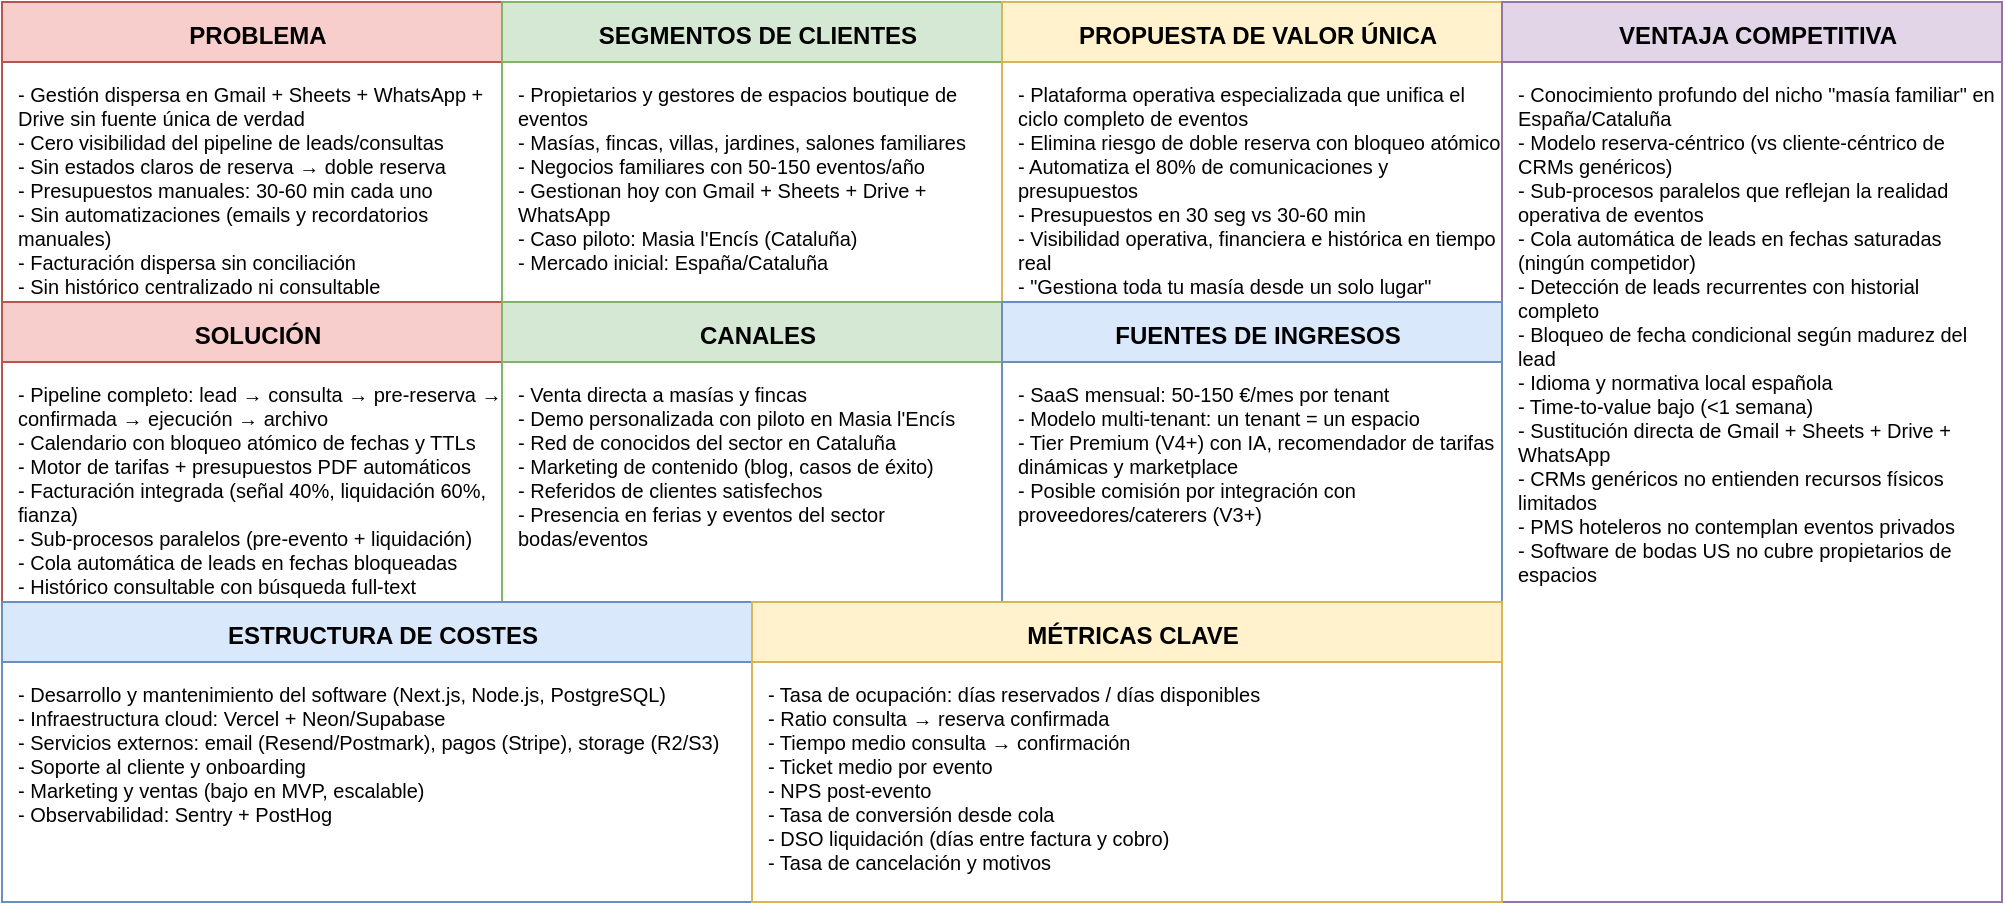
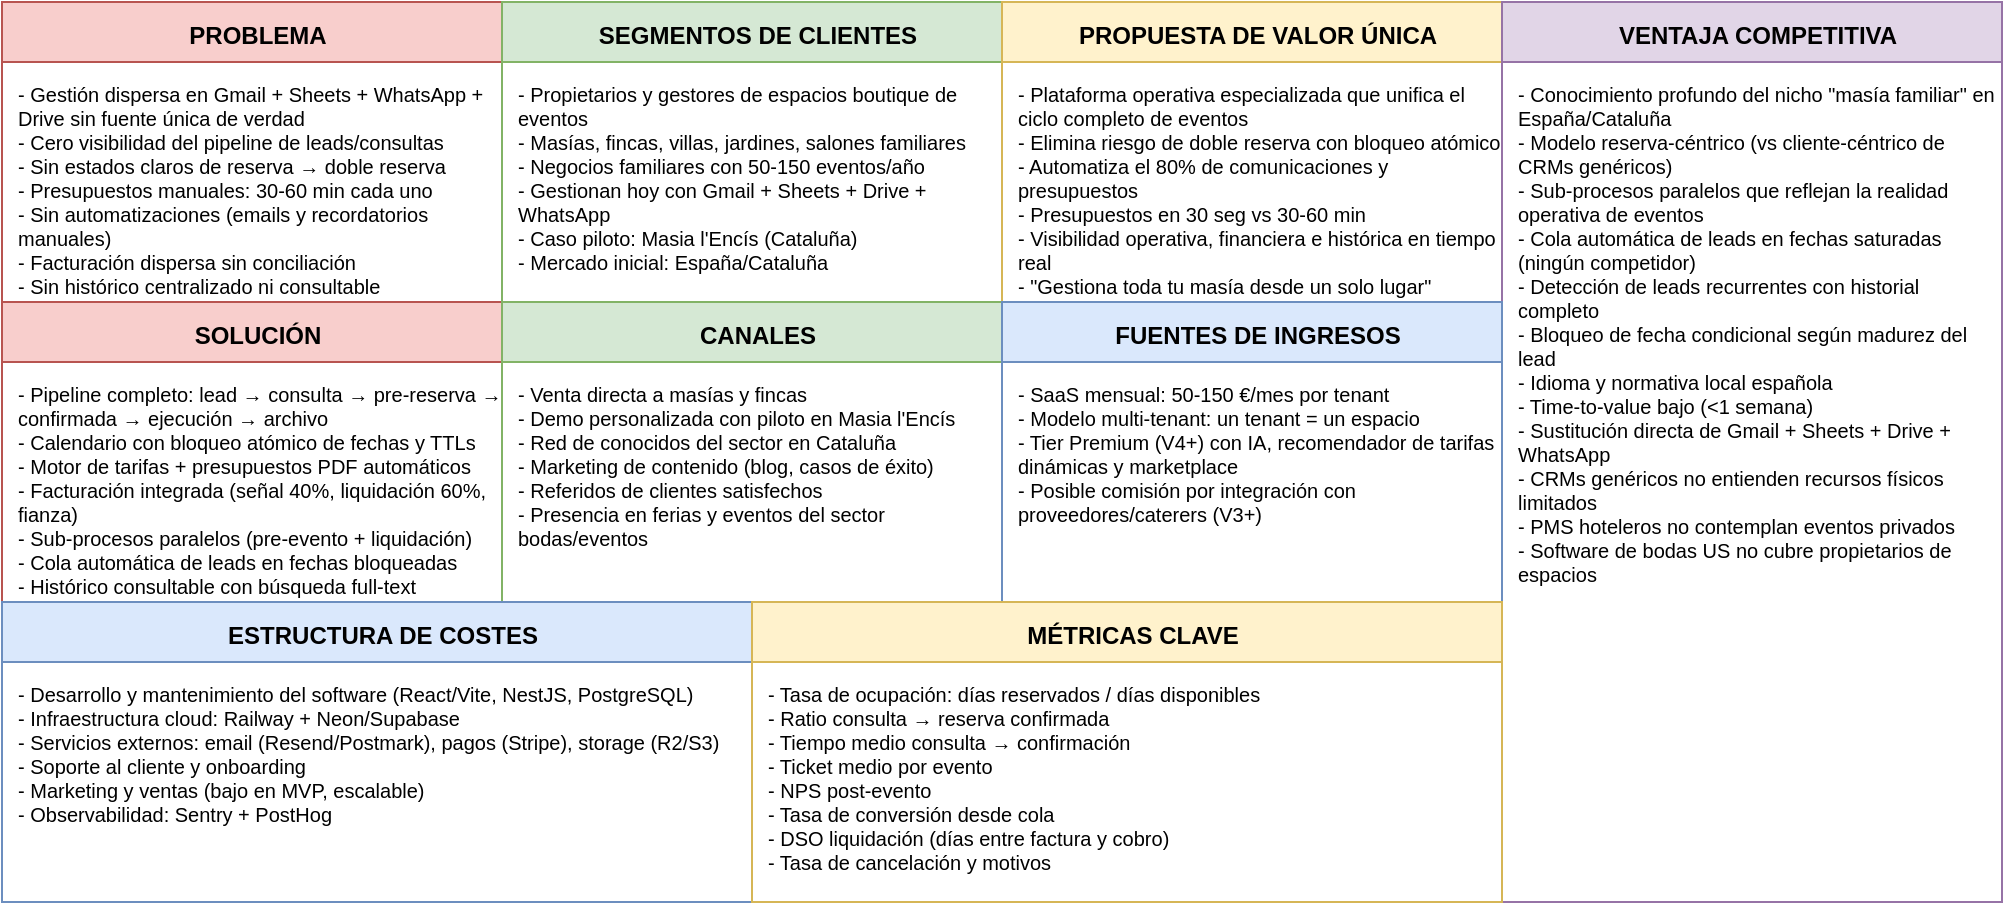
<mxfile host="app.diagrams.net">
  <diagram name="Página-1" id="CBX2byUC_f-yi0BpoW1S">
    <mxGraphModel dx="1414" dy="760" grid="1" gridSize="10" guides="1" tooltips="1" connect="1" arrows="1" fold="1" page="1" pageScale="1" pageWidth="827" pageHeight="1169" math="0" shadow="0">
      <root>
        <mxCell id="0" />
        <mxCell id="1" parent="0" />
        <mxCell id="2" parent="1" style="fillColor=#F8CECC;strokeColor=#B85450;align=center;verticalAlign=middle;fontStyle=1;fontSize=12;whiteSpace=wrap;html=1;spacingTop=4;spacingLeft=6;" value="&lt;b&gt;PROBLEMA&lt;/b&gt;" vertex="1">
          <mxGeometry height="30" width="250" as="geometry" />
        </mxCell>
        <mxCell id="3" parent="1" style="fillColor=#FFFFFF;strokeColor=#B85450;align=left;verticalAlign=top;fontSize=10;whiteSpace=wrap;html=1;spacingTop=4;spacingLeft=6;" value="- Gestión dispersa en Gmail + Sheets + WhatsApp + Drive sin fuente única de verdad&#xa;- Cero visibilidad del pipeline de leads/consultas&#xa;- Sin estados claros de reserva → doble reserva&#xa;- Presupuestos manuales: 30-60 min cada uno&#xa;- Sin automatizaciones (emails y recordatorios manuales)&#xa;- Facturación dispersa sin conciliación&#xa;- Sin histórico centralizado ni consultable&#xa;- Decisiones por intuición, no por datos" vertex="1">
          <mxGeometry height="120" width="250" y="30" as="geometry" />
        </mxCell>
        <mxCell id="4" parent="1" style="fillColor=#D5E8D4;strokeColor=#82B366;align=center;verticalAlign=middle;fontStyle=1;fontSize=12;whiteSpace=wrap;html=1;spacingTop=4;spacingLeft=6;" value="&lt;b&gt;SEGMENTOS DE CLIENTES&lt;/b&gt;" vertex="1">
          <mxGeometry height="30" width="250" x="250" as="geometry" />
        </mxCell>
        <mxCell id="5" parent="1" style="fillColor=#FFFFFF;strokeColor=#82B366;align=left;verticalAlign=top;fontSize=10;whiteSpace=wrap;html=1;spacingTop=4;spacingLeft=6;" value="- Propietarios y gestores de espacios boutique de eventos&#xa;- Masías, fincas, villas, jardines, salones familiares&#xa;- Negocios familiares con 50-150 eventos/año&#xa;- Gestionan hoy con Gmail + Sheets + Drive + WhatsApp&#xa;- Caso piloto: Masia l&#39;Encís (Cataluña)&#xa;- Mercado inicial: España/Cataluña" vertex="1">
          <mxGeometry height="120" width="250" x="250" y="30" as="geometry" />
        </mxCell>
        <mxCell id="6" parent="1" style="fillColor=#FFF2CC;strokeColor=#D6B656;align=center;verticalAlign=middle;fontStyle=1;fontSize=12;whiteSpace=wrap;html=1;spacingTop=4;spacingLeft=6;" value="&lt;b&gt;PROPUESTA DE VALOR ÚNICA&lt;/b&gt;" vertex="1">
          <mxGeometry height="30" width="250" x="500" as="geometry" />
        </mxCell>
        <mxCell id="7" parent="1" style="fillColor=#FFFFFF;strokeColor=#D6B656;align=left;verticalAlign=top;fontSize=10;whiteSpace=wrap;html=1;spacingTop=4;spacingLeft=6;" value="- Plataforma operativa especializada que unifica el ciclo completo de eventos&#xa;- Elimina riesgo de doble reserva con bloqueo atómico&#xa;- Automatiza el 80% de comunicaciones y presupuestos&#xa;- Presupuestos en 30 seg vs 30-60 min&#xa;- Visibilidad operativa, financiera e histórica en tiempo real&#xa;- &quot;Gestiona toda tu masía desde un solo lugar&quot;" vertex="1">
          <mxGeometry height="120" width="250" x="500" y="30" as="geometry" />
        </mxCell>
        <mxCell id="8" parent="1" style="fillColor=#E1D5E7;strokeColor=#9673A6;align=center;verticalAlign=middle;fontStyle=1;fontSize=12;whiteSpace=wrap;html=1;spacingTop=4;spacingLeft=6;" value="&lt;b&gt;VENTAJA COMPETITIVA&lt;/b&gt;" vertex="1">
          <mxGeometry height="30" width="250" x="750" as="geometry" />
        </mxCell>
        <mxCell id="9" parent="1" style="fillColor=#FFFFFF;strokeColor=#9673A6;align=left;verticalAlign=top;fontSize=10;whiteSpace=wrap;html=1;spacingTop=4;spacingLeft=6;" value="- Conocimiento profundo del nicho &quot;masía familiar&quot; en España/Cataluña&#xa;- Modelo reserva-céntrico (vs cliente-céntrico de CRMs genéricos)&#xa;- Sub-procesos paralelos que reflejan la realidad operativa de eventos&#xa;- Cola automática de leads en fechas saturadas (ningún competidor)&#xa;- Detección de leads recurrentes con historial completo&#xa;- Bloqueo de fecha condicional según madurez del lead&#xa;- Idioma y normativa local española&#xa;- Time-to-value bajo (&lt;1 semana)&#xa;- Sustitución directa de Gmail + Sheets + Drive + WhatsApp&#xa;- CRMs genéricos no entienden recursos físicos limitados&#xa;- PMS hoteleros no contemplan eventos privados&#xa;- Software de bodas US no cubre propietarios de espacios" vertex="1">
          <mxGeometry height="420" width="250" x="750" y="30" as="geometry" />
        </mxCell>
        <mxCell id="10" parent="1" style="fillColor=#F8CECC;strokeColor=#B85450;align=center;verticalAlign=middle;fontStyle=1;fontSize=12;whiteSpace=wrap;html=1;spacingTop=4;spacingLeft=6;" value="&lt;b&gt;SOLUCIÓN&lt;/b&gt;" vertex="1">
          <mxGeometry height="30" width="250" y="150" as="geometry" />
        </mxCell>
        <mxCell id="11" parent="1" style="fillColor=#FFFFFF;strokeColor=#B85450;align=left;verticalAlign=top;fontSize=10;whiteSpace=wrap;html=1;spacingTop=4;spacingLeft=6;" value="- Pipeline completo: lead → consulta → pre-reserva → confirmada → ejecución → archivo&#xa;- Calendario con bloqueo atómico de fechas y TTLs&#xa;- Motor de tarifas + presupuestos PDF automáticos&#xa;- Facturación integrada (señal 40%, liquidación 60%, fianza)&#xa;- Sub-procesos paralelos (pre-evento + liquidación)&#xa;- Cola automática de leads en fechas bloqueadas&#xa;- Histórico consultable con búsqueda full-text&#xa;- Emails automáticos del flujo principal" vertex="1">
          <mxGeometry height="120" width="250" y="180" as="geometry" />
        </mxCell>
        <mxCell id="12" parent="1" style="fillColor=#D5E8D4;strokeColor=#82B366;align=center;verticalAlign=middle;fontStyle=1;fontSize=12;whiteSpace=wrap;html=1;spacingTop=4;spacingLeft=6;" value="&lt;b&gt;CANALES&lt;/b&gt;" vertex="1">
          <mxGeometry height="30" width="250" x="250" y="150" as="geometry" />
        </mxCell>
        <mxCell id="13" parent="1" style="fillColor=#FFFFFF;strokeColor=#82B366;align=left;verticalAlign=top;fontSize=10;whiteSpace=wrap;html=1;spacingTop=4;spacingLeft=6;" value="- Venta directa a masías y fincas&#xa;- Demo personalizada con piloto en Masia l&#39;Encís&#xa;- Red de conocidos del sector en Cataluña&#xa;- Marketing de contenido (blog, casos de éxito)&#xa;- Referidos de clientes satisfechos&#xa;- Presencia en ferias y eventos del sector bodas/eventos" vertex="1">
          <mxGeometry height="120" width="250" x="250" y="180" as="geometry" />
        </mxCell>
        <mxCell id="14" parent="1" style="fillColor=#DAE8FC;strokeColor=#6C8EBF;align=center;verticalAlign=middle;fontStyle=1;fontSize=12;whiteSpace=wrap;html=1;spacingTop=4;spacingLeft=6;" value="&lt;b&gt;FUENTES DE INGRESOS&lt;/b&gt;" vertex="1">
          <mxGeometry height="30" width="250" x="500" y="150" as="geometry" />
        </mxCell>
        <mxCell id="15" parent="1" style="fillColor=#FFFFFF;strokeColor=#6C8EBF;align=left;verticalAlign=top;fontSize=10;whiteSpace=wrap;html=1;spacingTop=4;spacingLeft=6;" value="- SaaS mensual: 50-150 €/mes por tenant&#xa;- Modelo multi-tenant: un tenant = un espacio&#xa;- Tier Premium (V4+) con IA, recomendador de tarifas dinámicas y marketplace&#xa;- Posible comisión por integración con proveedores/caterers (V3+)" vertex="1">
          <mxGeometry height="120" width="250" x="500" y="180" as="geometry" />
        </mxCell>
        <mxCell id="16" parent="1" style="fillColor=#DAE8FC;strokeColor=#6C8EBF;align=center;verticalAlign=middle;fontStyle=1;fontSize=12;whiteSpace=wrap;html=1;spacingTop=4;spacingLeft=6;" value="&lt;b&gt;ESTRUCTURA DE COSTES&lt;/b&gt;" vertex="1">
          <mxGeometry height="30" width="375" y="300" as="geometry" />
        </mxCell>
-         <mxCell id="17" parent="1" style="fillColor=#FFFFFF;strokeColor=#6C8EBF;align=left;verticalAlign=top;fontSize=10;whiteSpace=wrap;html=1;spacingTop=4;spacingLeft=6;" value="- Desarrollo y mantenimiento del software (Next.js, Node.js, PostgreSQL)&#xa;- Infraestructura cloud: Vercel + Neon/Supabase&#xa;- Servicios externos: email (Resend/Postmark), pagos (Stripe), storage (R2/S3)&#xa;- Soporte al cliente y onboarding&#xa;- Marketing y ventas (bajo en MVP, escalable)&#xa;- Observabilidad: Sentry + PostHog" vertex="1">
+         <mxCell id="17" parent="1" style="fillColor=#FFFFFF;strokeColor=#6C8EBF;align=left;verticalAlign=top;fontSize=10;whiteSpace=wrap;html=1;spacingTop=4;spacingLeft=6;" value="- Desarrollo y mantenimiento del software (React/Vite, NestJS, PostgreSQL)&#xa;- Infraestructura cloud: Railway + Neon/Supabase&#xa;- Servicios externos: email (Resend/Postmark), pagos (Stripe), storage (R2/S3)&#xa;- Soporte al cliente y onboarding&#xa;- Marketing y ventas (bajo en MVP, escalable)&#xa;- Observabilidad: Sentry + PostHog" vertex="1">
          <mxGeometry height="120" width="375" y="330" as="geometry" />
        </mxCell>
        <mxCell id="18" parent="1" style="fillColor=#FFF2CC;strokeColor=#D6B656;align=center;verticalAlign=middle;fontStyle=1;fontSize=12;whiteSpace=wrap;html=1;spacingTop=4;spacingLeft=6;" value="&lt;b&gt;MÉTRICAS CLAVE&lt;/b&gt;" vertex="1">
          <mxGeometry height="30" width="375" x="375" y="300" as="geometry" />
        </mxCell>
        <mxCell id="19" parent="1" style="fillColor=#FFFFFF;strokeColor=#D6B656;align=left;verticalAlign=top;fontSize=10;whiteSpace=wrap;html=1;spacingTop=4;spacingLeft=6;" value="- Tasa de ocupación: días reservados / días disponibles&#xa;- Ratio consulta → reserva confirmada&#xa;- Tiempo medio consulta → confirmación&#xa;- Ticket medio por evento&#xa;- NPS post-evento&#xa;- Tasa de conversión desde cola&#xa;- DSO liquidación (días entre factura y cobro)&#xa;- Tasa de cancelación y motivos" vertex="1">
          <mxGeometry height="120" width="375" x="375" y="330" as="geometry" />
        </mxCell>
      </root>
    </mxGraphModel>
  </diagram>
</mxfile>
